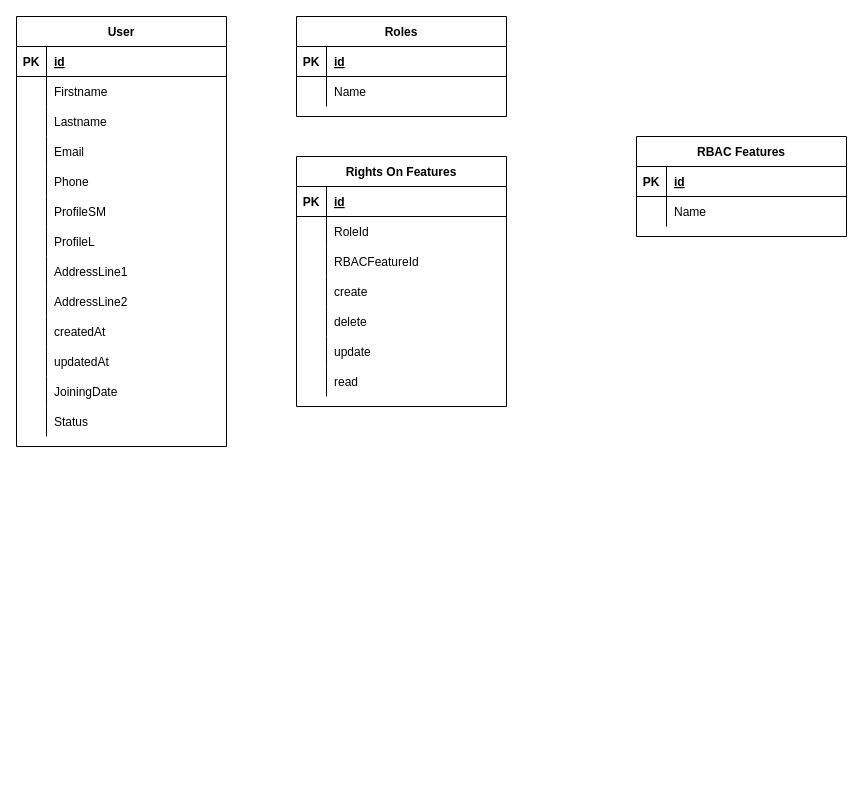
Earlier version of the draw.io diagram Untitled Diagram.drawio (TheStarkster/schemas). Source tidied: cells renumbered, new cells numbered last; positions are measured from the earlier drawing's top-left corner, leaving out a move shared by most shapes. Both pictures are drawn from the tidied source at 100%, with x=0, y=0 at pixel (16, 16).
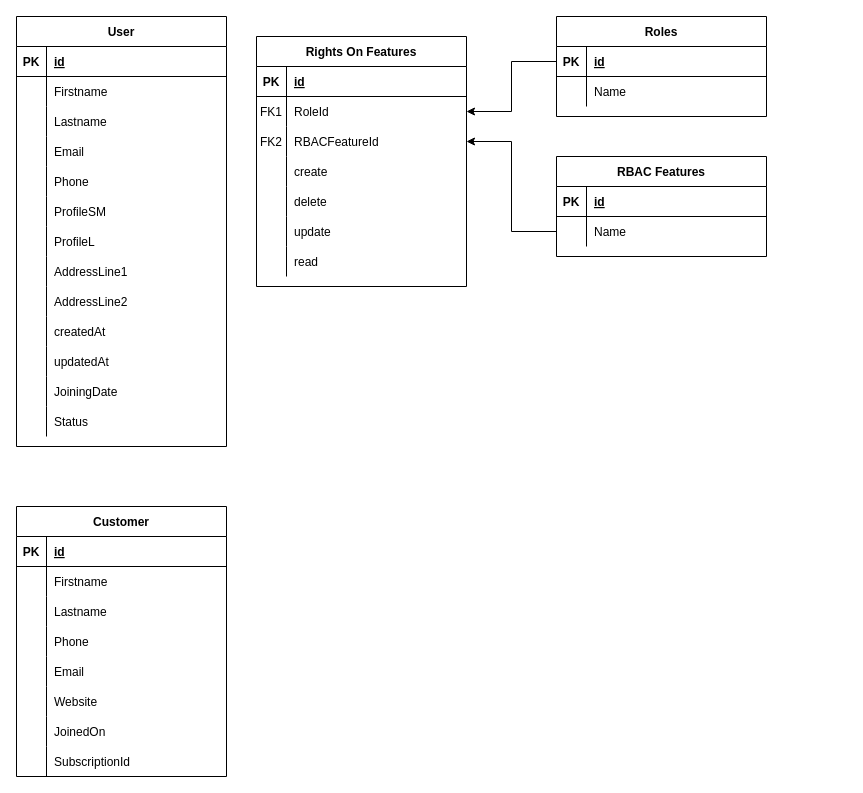
Above is the later version.

The change refers to these unchanged cells:
```xml
<mxCell id="53" style="shape=partialRectangle;fillColor=none;top=0;left=0;bottom=0;right=0;points=[[0,0.5],[1,0.5]];portConstraint=eastwest;" parent="49" vertex="1">
  <mxGeometry y="60" width="210" height="30" as="geometry" />
</mxCell>
<mxCell id="56" style="shape=partialRectangle;fillColor=none;top=0;left=0;bottom=0;right=0;points=[[0,0.5],[1,0.5]];portConstraint=eastwest;" parent="49" vertex="1">
  <mxGeometry y="90" width="210" height="30" as="geometry" />
</mxCell>
<mxCell id="75" style="shape=partialRectangle;fillColor=none;top=0;left=0;bottom=0;right=0;points=[[0,0.5],[1,0.5]];portConstraint=eastwest;" parent="71" vertex="1">
  <mxGeometry y="60" width="210" height="30" as="geometry" />
</mxCell>
```

Diff of the diagram source:
```diff
@@
-    <mxCell id="42" value="Roles" style="shape=table;startSize=30;childLayout=tableLayout;rowLines=0;fontStyle=1;align=center;" parent="1" vertex="1">
-      <mxGeometry x="280" width="210" height="100" as="geometry" />
-    </mxCell>
-    <mxCell id="43" style="shape=partialRectangle;fillColor=none;top=0;left=0;bottom=1;right=0;points=[[0,0.5],[1,0.5]];portConstraint=eastwest;" parent="42" vertex="1">
-      <mxGeometry y="30" width="210" height="30" as="geometry" />
-    </mxCell>
-    <mxCell id="44" value="PK" style="shape=partialRectangle;fillColor=none;top=0;left=0;bottom=0;right=0;fontStyle=1;overflow=hidden;" parent="43" vertex="1">
-      <mxGeometry width="30" height="30" as="geometry" />
-    </mxCell>
-    <mxCell id="45" value="id" style="shape=partialRectangle;fillColor=none;top=0;left=0;bottom=0;right=0;align=left;spacingLeft=6;fontStyle=5;overflow=hidden;" parent="43" vertex="1">
-      <mxGeometry x="30" width="180" height="30" as="geometry" />
-    </mxCell>
-    <mxCell id="46" style="shape=partialRectangle;fillColor=none;top=0;left=0;bottom=0;right=0;" parent="42" vertex="1">
-      <mxGeometry y="60" width="210" height="30" as="geometry" />
-    </mxCell>
-    <mxCell id="47" style="shape=partialRectangle;fillColor=none;top=0;left=0;bottom=0;right=0;overflow=hidden;" parent="46" vertex="1">
-      <mxGeometry width="30" height="30" as="geometry" />
-    </mxCell>
-    <mxCell id="48" value="Name" style="shape=partialRectangle;fillColor=none;top=0;left=0;bottom=0;right=0;align=left;spacingLeft=6;overflow=hidden;" parent="46" vertex="1">
-      <mxGeometry x="30" width="180" height="30" as="geometry" />
-    </mxCell>
+    <mxCell id="78" style="edgeStyle=orthogonalEdgeStyle;rounded=0;jettySize=auto;html=1;exitX=0;exitY=0.5;exitDx=0;exitDy=0;entryX=1;entryY=0.5;entryDx=0;entryDy=0;" parent="1" edge="1" source="43" target="53">
+      <mxGeometry relative="1" as="geometry" />
+    </mxCell>
+    <mxCell id="79" style="edgeStyle=orthogonalEdgeStyle;rounded=0;jettySize=auto;html=1;exitX=0;exitY=0.5;exitDx=0;exitDy=0;entryX=1;entryY=0.5;entryDx=0;entryDy=0;" parent="1" edge="1" source="75" target="56">
+      <mxGeometry relative="1" as="geometry" />
+    </mxCell>
     <mxCell id="49" value="Rights On Features" style="shape=table;startSize=30;childLayout=tableLayout;rowLines=0;fontStyle=1;align=center;" parent="1" vertex="1">
-      <mxGeometry x="280" y="140" width="210" height="250" as="geometry" />
+      <mxGeometry x="240" y="20" width="210" height="250" as="geometry" />
     </mxCell>
@@
-    <mxCell id="54" style="shape=partialRectangle;fillColor=none;top=0;left=0;bottom=0;right=0;overflow=hidden;" parent="53" vertex="1">
+    <mxCell id="54" value="FK1" style="shape=partialRectangle;fillColor=none;top=0;left=0;bottom=0;right=0;overflow=hidden;" parent="53" vertex="1">
       <mxGeometry width="30" height="30" as="geometry" />
     </mxCell>
@@
-    <mxCell id="57" style="shape=partialRectangle;fillColor=none;top=0;left=0;bottom=0;right=0;overflow=hidden;" parent="56" vertex="1">
+    <mxCell id="57" value="FK2" style="shape=partialRectangle;fillColor=none;top=0;left=0;bottom=0;right=0;overflow=hidden;" parent="56" vertex="1">
       <mxGeometry width="30" height="30" as="geometry" />
     </mxCell>
@@
+    <mxCell id="42" value="Roles" style="shape=table;startSize=30;childLayout=tableLayout;rowLines=0;fontStyle=1;align=center;" parent="1" vertex="1">
+      <mxGeometry x="540" width="210" height="100" as="geometry" />
+    </mxCell>
+    <mxCell id="43" style="shape=partialRectangle;fillColor=none;top=0;left=0;bottom=1;right=0;points=[[0,0.5],[1,0.5]];portConstraint=eastwest;" parent="42" vertex="1">
+      <mxGeometry y="30" width="210" height="30" as="geometry" />
+    </mxCell>
+    <mxCell id="44" value="PK" style="shape=partialRectangle;fillColor=none;top=0;left=0;bottom=0;right=0;fontStyle=1;overflow=hidden;" parent="43" vertex="1">
+      <mxGeometry width="30" height="30" as="geometry" />
+    </mxCell>
+    <mxCell id="45" value="id" style="shape=partialRectangle;fillColor=none;top=0;left=0;bottom=0;right=0;align=left;spacingLeft=6;fontStyle=5;overflow=hidden;" parent="43" vertex="1">
+      <mxGeometry x="30" width="180" height="30" as="geometry" />
+    </mxCell>
+    <mxCell id="46" style="shape=partialRectangle;fillColor=none;top=0;left=0;bottom=0;right=0;" parent="42" vertex="1">
+      <mxGeometry y="60" width="210" height="30" as="geometry" />
+    </mxCell>
+    <mxCell id="47" style="shape=partialRectangle;fillColor=none;top=0;left=0;bottom=0;right=0;overflow=hidden;" parent="46" vertex="1">
+      <mxGeometry width="30" height="30" as="geometry" />
+    </mxCell>
+    <mxCell id="48" value="Name" style="shape=partialRectangle;fillColor=none;top=0;left=0;bottom=0;right=0;align=left;spacingLeft=6;overflow=hidden;" parent="46" vertex="1">
+      <mxGeometry x="30" width="180" height="30" as="geometry" />
+    </mxCell>
     <mxCell id="71" value="RBAC Features" style="shape=table;startSize=30;childLayout=tableLayout;rowLines=0;fontStyle=1;align=center;" parent="1" vertex="1">
-      <mxGeometry x="620" y="120" width="210" height="100" as="geometry" />
+      <mxGeometry x="540" y="140" width="210" height="100" as="geometry" />
     </mxCell>
@@
+    <mxCell id="80" value="Customer" style="shape=table;startSize=30;childLayout=tableLayout;rowLines=0;fontStyle=1;align=center;" parent="1" vertex="1">
+      <mxGeometry y="490" width="210" height="270" as="geometry" />
+    </mxCell>
+    <mxCell id="81" style="shape=partialRectangle;fillColor=none;top=0;left=0;bottom=1;right=0;" parent="80" vertex="1">
+      <mxGeometry y="30" width="210" height="30" as="geometry" />
+    </mxCell>
+    <mxCell id="82" value="PK" style="shape=partialRectangle;fillColor=none;top=0;left=0;bottom=0;right=0;fontStyle=1;overflow=hidden;" parent="81" vertex="1">
+      <mxGeometry width="30" height="30" as="geometry" />
+    </mxCell>
+    <mxCell id="83" value="id" style="shape=partialRectangle;fillColor=none;top=0;left=0;bottom=0;right=0;align=left;spacingLeft=6;fontStyle=5;overflow=hidden;" parent="81" vertex="1">
+      <mxGeometry x="30" width="180" height="30" as="geometry" />
+    </mxCell>
+    <mxCell id="84" style="shape=partialRectangle;fillColor=none;top=0;left=0;bottom=0;right=0;" parent="80" vertex="1">
+      <mxGeometry y="60" width="210" height="30" as="geometry" />
+    </mxCell>
+    <mxCell id="85" style="shape=partialRectangle;fillColor=none;top=0;left=0;bottom=0;right=0;overflow=hidden;" parent="84" vertex="1">
+      <mxGeometry width="30" height="30" as="geometry" />
+    </mxCell>
+    <mxCell id="86" value="Firstname" style="shape=partialRectangle;fillColor=none;top=0;left=0;bottom=0;right=0;align=left;spacingLeft=6;overflow=hidden;" parent="84" vertex="1">
+      <mxGeometry x="30" width="180" height="30" as="geometry" />
+    </mxCell>
+    <mxCell id="87" style="shape=partialRectangle;fillColor=none;top=0;left=0;bottom=0;right=0;" parent="80" vertex="1">
+      <mxGeometry y="90" width="210" height="30" as="geometry" />
+    </mxCell>
+    <mxCell id="88" style="shape=partialRectangle;fillColor=none;top=0;left=0;bottom=0;right=0;overflow=hidden;" parent="87" vertex="1">
+      <mxGeometry width="30" height="30" as="geometry" />
+    </mxCell>
+    <mxCell id="89" value="Lastname" style="shape=partialRectangle;fillColor=none;top=0;left=0;bottom=0;right=0;align=left;spacingLeft=6;overflow=hidden;" parent="87" vertex="1">
+      <mxGeometry x="30" width="180" height="30" as="geometry" />
+    </mxCell>
+    <mxCell id="90" style="shape=partialRectangle;fillColor=none;top=0;left=0;bottom=0;right=0;" parent="80" vertex="1">
+      <mxGeometry y="120" width="210" height="30" as="geometry" />
+    </mxCell>
+    <mxCell id="91" style="shape=partialRectangle;fillColor=none;top=0;left=0;bottom=0;right=0;overflow=hidden;" parent="90" vertex="1">
+      <mxGeometry width="30" height="30" as="geometry" />
+    </mxCell>
+    <mxCell id="92" value="Phone" style="shape=partialRectangle;fillColor=none;top=0;left=0;bottom=0;right=0;align=left;spacingLeft=6;overflow=hidden;" parent="90" vertex="1">
+      <mxGeometry x="30" width="180" height="30" as="geometry" />
+    </mxCell>
+    <mxCell id="93" style="shape=partialRectangle;fillColor=none;top=0;left=0;bottom=0;right=0;" parent="80" vertex="1">
+      <mxGeometry y="150" width="210" height="30" as="geometry" />
+    </mxCell>
+    <mxCell id="94" style="shape=partialRectangle;fillColor=none;top=0;left=0;bottom=0;right=0;overflow=hidden;" parent="93" vertex="1">
+      <mxGeometry width="30" height="30" as="geometry" />
+    </mxCell>
+    <mxCell id="95" value="Email" style="shape=partialRectangle;fillColor=none;top=0;left=0;bottom=0;right=0;align=left;spacingLeft=6;overflow=hidden;" parent="93" vertex="1">
+      <mxGeometry x="30" width="180" height="30" as="geometry" />
+    </mxCell>
+    <mxCell id="96" style="shape=partialRectangle;fillColor=none;top=0;left=0;bottom=0;right=0;" parent="80" vertex="1">
+      <mxGeometry y="180" width="210" height="30" as="geometry" />
+    </mxCell>
+    <mxCell id="97" style="shape=partialRectangle;fillColor=none;top=0;left=0;bottom=0;right=0;overflow=hidden;" parent="96" vertex="1">
+      <mxGeometry width="30" height="30" as="geometry" />
+    </mxCell>
+    <mxCell id="98" value="Website" style="shape=partialRectangle;fillColor=none;top=0;left=0;bottom=0;right=0;align=left;spacingLeft=6;overflow=hidden;" parent="96" vertex="1">
+      <mxGeometry x="30" width="180" height="30" as="geometry" />
+    </mxCell>
+    <mxCell id="99" style="shape=partialRectangle;fillColor=none;top=0;left=0;bottom=0;right=0;" parent="80" vertex="1">
+      <mxGeometry y="210" width="210" height="30" as="geometry" />
+    </mxCell>
+    <mxCell id="100" style="shape=partialRectangle;fillColor=none;top=0;left=0;bottom=0;right=0;overflow=hidden;" parent="99" vertex="1">
+      <mxGeometry width="30" height="30" as="geometry" />
+    </mxCell>
+    <mxCell id="101" value="JoinedOn" style="shape=partialRectangle;fillColor=none;top=0;left=0;bottom=0;right=0;align=left;spacingLeft=6;overflow=hidden;" parent="99" vertex="1">
+      <mxGeometry x="30" width="180" height="30" as="geometry" />
+    </mxCell>
+    <mxCell id="102" style="shape=partialRectangle;fillColor=none;top=0;left=0;bottom=0;right=0;" parent="80" vertex="1">
+      <mxGeometry y="240" width="210" height="30" as="geometry" />
+    </mxCell>
+    <mxCell id="103" style="shape=partialRectangle;fillColor=none;top=0;left=0;bottom=0;right=0;overflow=hidden;" parent="102" vertex="1">
+      <mxGeometry width="30" height="30" as="geometry" />
+    </mxCell>
+    <mxCell id="104" value="SubscriptionId" style="shape=partialRectangle;fillColor=none;top=0;left=0;bottom=0;right=0;align=left;spacingLeft=6;overflow=hidden;" parent="102" vertex="1">
+      <mxGeometry x="30" width="180" height="30" as="geometry" />
+    </mxCell>
```
